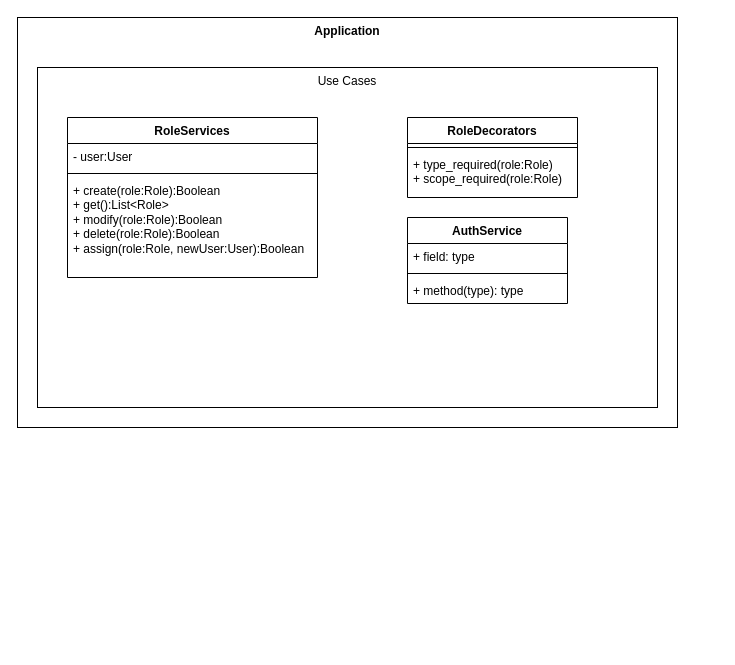
Before: page "Micro - Aplicación" (3 of 9) of docs/static/Esquemas.drawio in jdarguello/MELI-Challenge, a draw.io diagram. Source tidied: cells renumbered, new cells numbered last; positions are measured from the earlier drawing's top-left corner, leaving out a move shared by most shapes. Both pictures are drawn from the tidied source at 100%, with x=0, y=0 at pixel (17, 17).
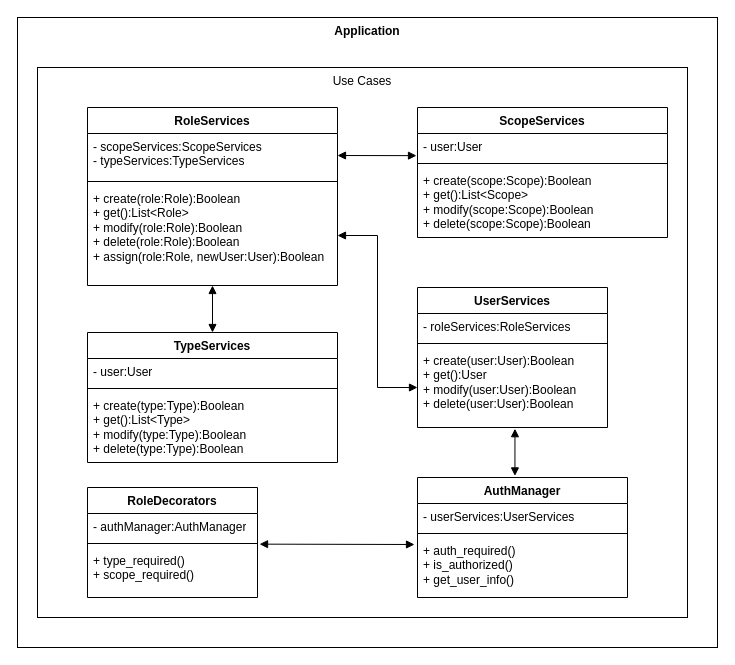
The same diagram, later.

Diff of the diagram source:
```diff
@@
     <mxCell id="2" value="Application" style="rounded=0;whiteSpace=wrap;html=1;verticalAlign=top;fontStyle=1;" parent="1" vertex="1">
-      <mxGeometry width="660" height="410" as="geometry" />
+      <mxGeometry width="700" height="630" as="geometry" />
     </mxCell>
     <mxCell id="3" value="Use Cases" style="rounded=0;whiteSpace=wrap;html=1;verticalAlign=top;" parent="1" vertex="1">
-      <mxGeometry x="20" y="50" width="620" height="340" as="geometry" />
+      <mxGeometry x="20" y="50" width="650" height="550" as="geometry" />
     </mxCell>
-    <mxCell id="4" value="RoleDecorators" style="swimlane;fontStyle=1;align=center;verticalAlign=top;horizontal=1;startSize=26;whiteSpace=wrap;html=1;" parent="1" vertex="1">
-      <mxGeometry x="390" y="100" width="170" height="80" as="geometry" />
-    </mxCell>
-    <mxCell id="5" style="line;strokeWidth=1;fillColor=none;align=left;verticalAlign=middle;spacingTop=-1;spacingLeft=3;spacingRight=3;labelPosition=right;strokeColor=inherit;" parent="4" vertex="1">
-      <mxGeometry y="26" width="170" height="8" as="geometry" />
-    </mxCell>
-    <mxCell id="6" value="+ type_required(role:Role)&lt;div&gt;+ scope_required(role:Role)&lt;/div&gt;" style="text;strokeColor=none;fillColor=none;align=left;verticalAlign=top;spacingLeft=4;spacingRight=4;overflow=hidden;whiteSpace=wrap;html=1;" parent="4" vertex="1">
-      <mxGeometry y="34" width="170" height="46" as="geometry" />
-    </mxCell>
-    <mxCell id="7" value="AuthService" style="swimlane;fontStyle=1;align=center;verticalAlign=top;horizontal=1;startSize=26;whiteSpace=wrap;html=1;" parent="1" vertex="1">
-      <mxGeometry x="390" y="200" width="160" height="86" as="geometry" />
+    <mxCell id="7" value="AuthManager" style="swimlane;fontStyle=1;align=center;verticalAlign=top;horizontal=1;startSize=26;whiteSpace=wrap;html=1;" parent="1" vertex="1">
+      <mxGeometry x="400" y="460" width="210" height="120" as="geometry" />
     </mxCell>
-    <mxCell id="8" value="+ field: type" style="text;strokeColor=none;fillColor=none;align=left;verticalAlign=top;spacingLeft=4;spacingRight=4;overflow=hidden;whiteSpace=wrap;html=1;" parent="7" vertex="1">
-      <mxGeometry y="26" width="160" height="26" as="geometry" />
+    <mxCell id="8" value="- userServices:UserServices" style="text;strokeColor=none;fillColor=none;align=left;verticalAlign=top;spacingLeft=4;spacingRight=4;overflow=hidden;whiteSpace=wrap;html=1;" parent="7" vertex="1">
+      <mxGeometry y="26" width="210" height="26" as="geometry" />
     </mxCell>
     <mxCell id="9" style="line;strokeWidth=1;fillColor=none;align=left;verticalAlign=middle;spacingTop=-1;spacingLeft=3;spacingRight=3;labelPosition=right;strokeColor=inherit;" parent="7" vertex="1">
-      <mxGeometry y="52" width="160" height="8" as="geometry" />
+      <mxGeometry y="52" width="210" height="8" as="geometry" />
     </mxCell>
-    <mxCell id="10" value="+ method(type): type" style="text;strokeColor=none;fillColor=none;align=left;verticalAlign=top;spacingLeft=4;spacingRight=4;overflow=hidden;whiteSpace=wrap;html=1;" parent="7" vertex="1">
-      <mxGeometry y="60" width="160" height="26" as="geometry" />
+    <mxCell id="10" value="+ auth_required()&lt;div&gt;+ is_authorized()&lt;/div&gt;&lt;div&gt;+ get_user_info()&lt;/div&gt;" style="text;strokeColor=none;fillColor=none;align=left;verticalAlign=top;spacingLeft=4;spacingRight=4;overflow=hidden;whiteSpace=wrap;html=1;" parent="7" vertex="1">
+      <mxGeometry y="60" width="210" height="60" as="geometry" />
     </mxCell>
     <mxCell id="11" value="RoleServices" style="swimlane;fontStyle=1;align=center;verticalAlign=top;horizontal=1;startSize=26;whiteSpace=wrap;html=1;" parent="1" vertex="1">
-      <mxGeometry x="50" y="100" width="250" height="160" as="geometry" />
+      <mxGeometry x="70" y="90" width="250" height="178" as="geometry" />
     </mxCell>
-    <mxCell id="12" value="- user:User" style="text;strokeColor=none;fillColor=none;align=left;verticalAlign=top;spacingLeft=4;spacingRight=4;overflow=hidden;points=[[0,0.5],[1,0.5]];portConstraint=eastwest;whiteSpace=wrap;html=1;" parent="11" vertex="1">
-      <mxGeometry y="26" width="250" height="26" as="geometry" />
+    <mxCell id="12" value="- scopeServices:ScopeServices&lt;div&gt;- typeServices:TypeServices&lt;/div&gt;" style="text;strokeColor=none;fillColor=none;align=left;verticalAlign=top;spacingLeft=4;spacingRight=4;overflow=hidden;points=[[0,0.5],[1,0.5]];portConstraint=eastwest;whiteSpace=wrap;html=1;" parent="11" vertex="1">
+      <mxGeometry y="26" width="250" height="44" as="geometry" />
     </mxCell>
     <mxCell id="13" style="line;strokeWidth=1;fillColor=none;align=left;verticalAlign=middle;spacingTop=-1;spacingLeft=3;spacingRight=3;labelPosition=right;strokeColor=inherit;" parent="11" vertex="1">
-      <mxGeometry y="52" width="250" height="8" as="geometry" />
+      <mxGeometry y="70" width="250" height="8" as="geometry" />
     </mxCell>
     <mxCell id="14" value="+ create(role:Role):Boolean&lt;div&gt;+ get():List&amp;lt;Role&amp;gt;&lt;/div&gt;&lt;div&gt;+ modify(role:Role):Boolean&lt;/div&gt;&lt;div&gt;+ delete(role:Role):Boolean&lt;/div&gt;&lt;div&gt;+ assign(role:Role, newUser:User):Boolean&lt;/div&gt;" style="text;strokeColor=none;fillColor=none;align=left;verticalAlign=top;spacingLeft=4;spacingRight=4;overflow=hidden;points=[[0,0.5],[1,0.5]];portConstraint=eastwest;whiteSpace=wrap;html=1;" parent="11" vertex="1">
-      <mxGeometry y="60" width="250" height="100" as="geometry" />
+      <mxGeometry y="78" width="250" height="100" as="geometry" />
     </mxCell>
+    <mxCell id="15" value="ScopeServices" style="swimlane;fontStyle=1;align=center;verticalAlign=top;horizontal=1;startSize=26;whiteSpace=wrap;html=1;" parent="1" vertex="1">
+      <mxGeometry x="400" y="90" width="250" height="130" as="geometry" />
+    </mxCell>
+    <mxCell id="16" value="- user:User" style="text;strokeColor=none;fillColor=none;align=left;verticalAlign=top;spacingLeft=4;spacingRight=4;overflow=hidden;points=[[0,0.5],[1,0.5]];portConstraint=eastwest;whiteSpace=wrap;html=1;" parent="15" vertex="1">
+      <mxGeometry y="26" width="250" height="26" as="geometry" />
+    </mxCell>
+    <mxCell id="17" style="line;strokeWidth=1;fillColor=none;align=left;verticalAlign=middle;spacingTop=-1;spacingLeft=3;spacingRight=3;labelPosition=right;strokeColor=inherit;" parent="15" vertex="1">
+      <mxGeometry y="52" width="250" height="8" as="geometry" />
+    </mxCell>
+    <mxCell id="18" value="+ create(scope:Scope):Boolean&lt;div&gt;+ get():List&amp;lt;Scope&amp;gt;&lt;/div&gt;&lt;div&gt;+ modify(scope:Scope):Boolean&lt;/div&gt;&lt;div&gt;+ delete(scope:Scope):Boolean&lt;/div&gt;" style="text;strokeColor=none;fillColor=none;align=left;verticalAlign=top;spacingLeft=4;spacingRight=4;overflow=hidden;whiteSpace=wrap;html=1;" parent="15" vertex="1">
+      <mxGeometry y="60" width="250" height="70" as="geometry" />
+    </mxCell>
+    <mxCell id="19" value="TypeServices" style="swimlane;fontStyle=1;align=center;verticalAlign=top;horizontal=1;startSize=26;whiteSpace=wrap;html=1;" parent="1" vertex="1">
+      <mxGeometry x="70" y="315" width="250" height="130" as="geometry" />
+    </mxCell>
+    <mxCell id="20" value="- user:User" style="text;strokeColor=none;fillColor=none;align=left;verticalAlign=top;spacingLeft=4;spacingRight=4;overflow=hidden;whiteSpace=wrap;html=1;" parent="19" vertex="1">
+      <mxGeometry y="26" width="250" height="26" as="geometry" />
+    </mxCell>
+    <mxCell id="21" style="line;strokeWidth=1;fillColor=none;align=left;verticalAlign=middle;spacingTop=-1;spacingLeft=3;spacingRight=3;labelPosition=right;strokeColor=inherit;" parent="19" vertex="1">
+      <mxGeometry y="52" width="250" height="8" as="geometry" />
+    </mxCell>
+    <mxCell id="22" value="+ create(type:Type):Boolean&lt;div&gt;+ get():List&amp;lt;Type&amp;gt;&lt;/div&gt;&lt;div&gt;+ modify(type:Type):Boolean&lt;/div&gt;&lt;div&gt;+ delete(type:Type):Boolean&lt;/div&gt;" style="text;strokeColor=none;fillColor=none;align=left;verticalAlign=top;spacingLeft=4;spacingRight=4;overflow=hidden;whiteSpace=wrap;html=1;" parent="19" vertex="1">
+      <mxGeometry y="60" width="250" height="70" as="geometry" />
+    </mxCell>
+    <mxCell id="23" value="UserServices" style="swimlane;fontStyle=1;align=center;verticalAlign=top;horizontal=1;startSize=26;whiteSpace=wrap;html=1;" parent="1" vertex="1">
+      <mxGeometry x="400" y="270" width="190" height="140" as="geometry" />
+    </mxCell>
+    <mxCell id="24" value="- roleServices:RoleServices" style="text;strokeColor=none;fillColor=none;align=left;verticalAlign=top;spacingLeft=4;spacingRight=4;overflow=hidden;whiteSpace=wrap;html=1;" parent="23" vertex="1">
+      <mxGeometry y="26" width="190" height="26" as="geometry" />
+    </mxCell>
+    <mxCell id="25" style="line;strokeWidth=1;fillColor=none;align=left;verticalAlign=middle;spacingTop=-1;spacingLeft=3;spacingRight=3;labelPosition=right;strokeColor=inherit;" parent="23" vertex="1">
+      <mxGeometry y="52" width="190" height="8" as="geometry" />
+    </mxCell>
+    <mxCell id="26" value="+ create(user:User):Boolean&lt;div&gt;+ get():User&lt;/div&gt;&lt;div&gt;+ modify(user:User):Boolean&lt;/div&gt;&lt;div&gt;+ delete(user:User):Boolean&lt;/div&gt;" style="text;strokeColor=none;fillColor=none;align=left;verticalAlign=top;spacingLeft=4;spacingRight=4;overflow=hidden;points=[[0,0.5],[1,0.5]];portConstraint=eastwest;whiteSpace=wrap;html=1;" parent="23" vertex="1">
+      <mxGeometry y="60" width="190" height="80" as="geometry" />
+    </mxCell>
+    <mxCell id="27" style="endArrow=block;startArrow=block;endFill=1;startFill=1;html=1;rounded=0;exitX=0.5;exitY=1;exitDx=0;exitDy=0;entryX=0.5;entryY=0;entryDx=0;entryDy=0;" parent="1" edge="1" source="11" target="19">
+      <mxGeometry relative="1" as="geometry" />
+    </mxCell>
+    <mxCell id="28" style="endArrow=block;startArrow=block;endFill=1;startFill=1;html=1;rounded=0;entryX=0.513;entryY=1.015;entryDx=0;entryDy=0;entryPerimeter=0;exitX=0.464;exitY=-0.013;exitDx=0;exitDy=0;exitPerimeter=0;" parent="1" edge="1" source="7" target="26">
+      <mxGeometry relative="1" as="geometry" />
+    </mxCell>
+    <mxCell id="29" style="endArrow=block;startArrow=block;endFill=1;startFill=1;html=1;rounded=0;exitX=1;exitY=0.5;exitDx=0;exitDy=0;entryX=-0.004;entryY=0.852;entryDx=0;entryDy=0;entryPerimeter=0;" parent="1" edge="1" source="12" target="16">
+      <mxGeometry relative="1" as="geometry" />
+    </mxCell>
+    <mxCell id="30" style="endArrow=block;startArrow=block;endFill=1;startFill=1;html=1;rounded=0;exitX=1;exitY=0.5;exitDx=0;exitDy=0;entryX=0;entryY=0.5;entryDx=0;entryDy=0;" parent="1" edge="1" source="14" target="26">
+      <mxGeometry relative="1" as="geometry">
+        <Array as="points">
+          <mxPoint x="360" y="218" />
+          <mxPoint x="360" y="370" />
+        </Array>
+      </mxGeometry>
+    </mxCell>
+    <mxCell id="4" value="RoleDecorators" style="swimlane;fontStyle=1;align=center;verticalAlign=top;horizontal=1;startSize=26;whiteSpace=wrap;html=1;" parent="1" vertex="1">
+      <mxGeometry x="70" y="470" width="170" height="110" as="geometry" />
+    </mxCell>
+    <mxCell id="31" value="- authManager:AuthManager" style="text;strokeColor=none;fillColor=none;align=left;verticalAlign=top;spacingLeft=4;spacingRight=4;overflow=hidden;points=[[0,0.5],[1,0.5]];portConstraint=eastwest;whiteSpace=wrap;html=1;" parent="4" vertex="1">
+      <mxGeometry y="26" width="170" height="26" as="geometry" />
+    </mxCell>
+    <mxCell id="32" style="line;strokeWidth=1;fillColor=none;align=left;verticalAlign=middle;spacingTop=-1;spacingLeft=3;spacingRight=3;labelPosition=right;strokeColor=inherit;" parent="4" vertex="1">
+      <mxGeometry y="52" width="170" height="8" as="geometry" />
+    </mxCell>
+    <mxCell id="33" value="+ type_required()&lt;div&gt;+ scope_required()&lt;/div&gt;" style="text;strokeColor=none;fillColor=none;align=left;verticalAlign=top;spacingLeft=4;spacingRight=4;overflow=hidden;whiteSpace=wrap;html=1;" parent="4" vertex="1">
+      <mxGeometry y="60" width="170" height="50" as="geometry" />
+    </mxCell>
+    <mxCell id="34" style="endArrow=block;startArrow=block;endFill=1;startFill=1;html=1;rounded=0;exitX=1.012;exitY=1.179;exitDx=0;exitDy=0;exitPerimeter=0;" parent="1" edge="1" source="31">
+      <mxGeometry relative="1" as="geometry">
+        <mxPoint x="397" y="527" as="targetPoint" />
+      </mxGeometry>
+    </mxCell>
```
